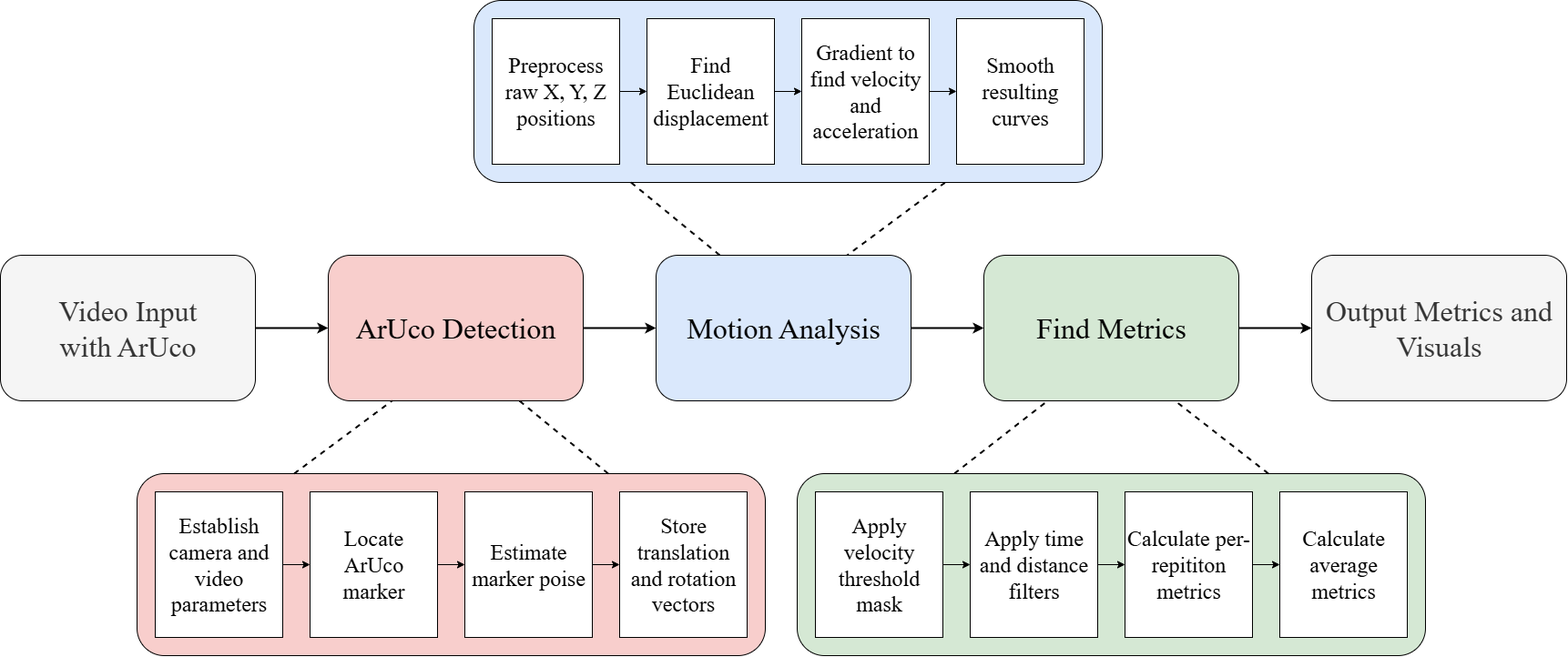
Before: projects/trpe/tRPE_video_method1.drawio.png, a diagram exported from draw.io (marcusroccofrat/marcusroccofrat.github.io). Source tidied: cells renumbered, new cells last; positions are measured from the earlier drawing's top-left corner, leaving out a move shared by most shapes.
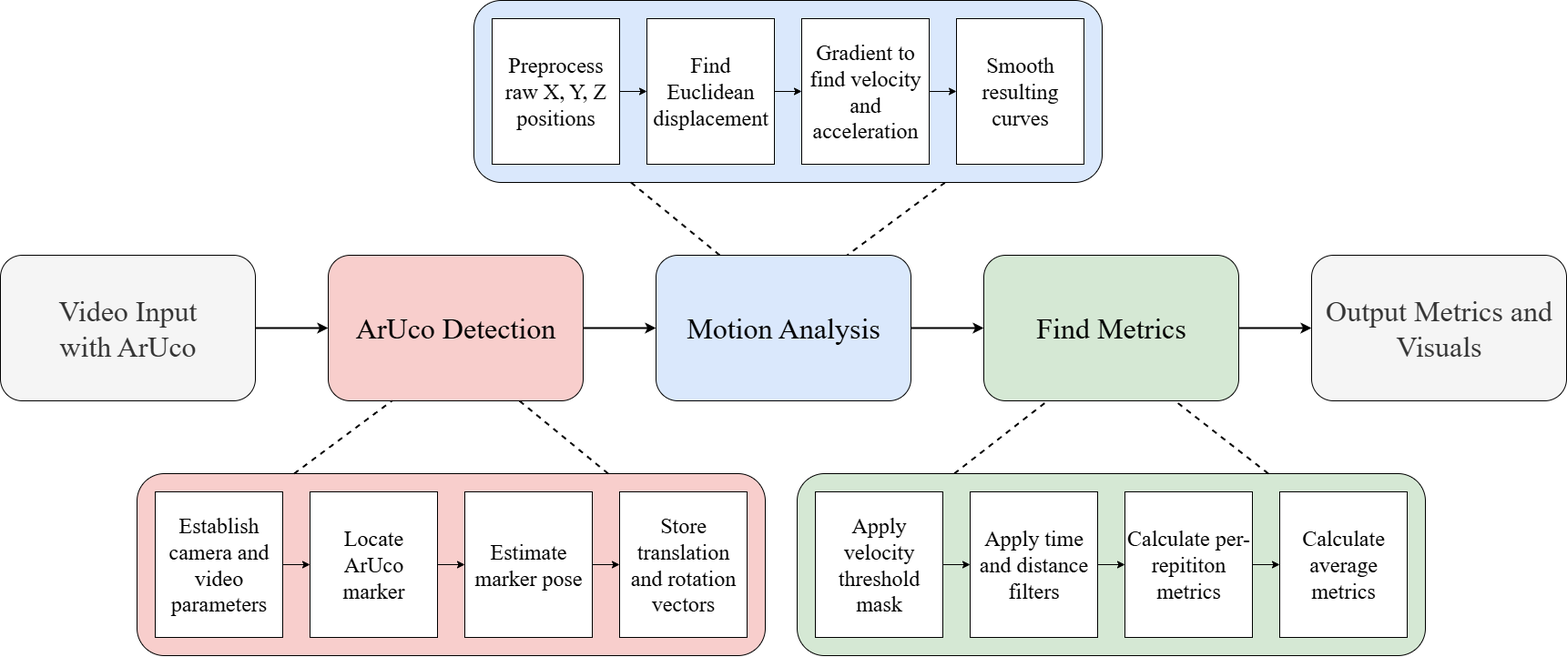
After the commit.

The edit, as a diff of the source:
```diff
@@ -47,7 +47,7 @@
     <mxCell id="16" style="edgeStyle=orthogonalEdgeStyle;rounded=0;jettySize=auto;html=1;entryX=0;entryY=0.5;entryDx=0;entryDy=0;" parent="10" edge="1" source="17" target="18">
       <mxGeometry relative="1" as="geometry" />
     </mxCell>
-    <mxCell id="17" value="Estimate marker poise" style="rounded=0;whiteSpace=wrap;html=1;fontFamily=Times New Roman;fontSize=24;" parent="10" vertex="1">
+    <mxCell id="17" value="Estimate marker pose" style="rounded=0;whiteSpace=wrap;html=1;fontFamily=Times New Roman;fontSize=24;" parent="10" vertex="1">
       <mxGeometry x="360" y="20" width="140" height="160" as="geometry" />
     </mxCell>
     <mxCell id="18" value="Store translation and rotation vectors" style="rounded=0;whiteSpace=wrap;html=1;fontFamily=Times New Roman;fontSize=24;" parent="10" vertex="1">
```
